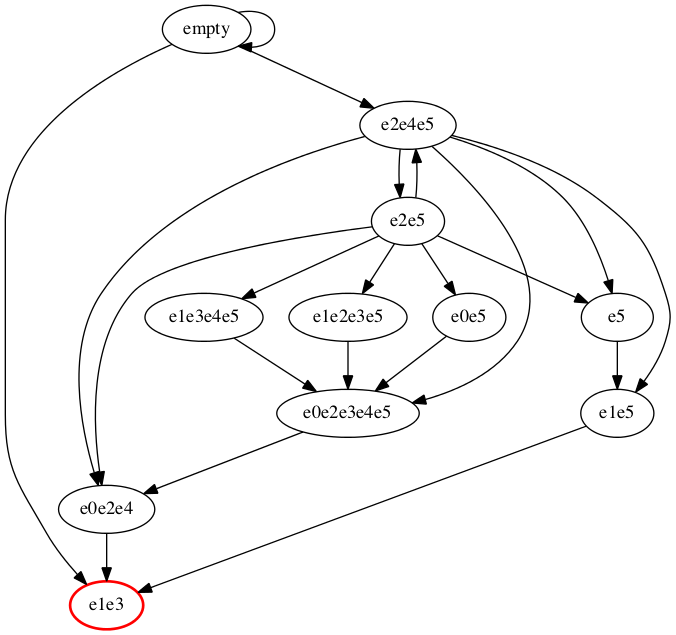
Above: tmp/reduced.png in ryysd/PrototypePOR (Graphviz), before the change. Its source is kept beside it as tmp/reduced.dot.
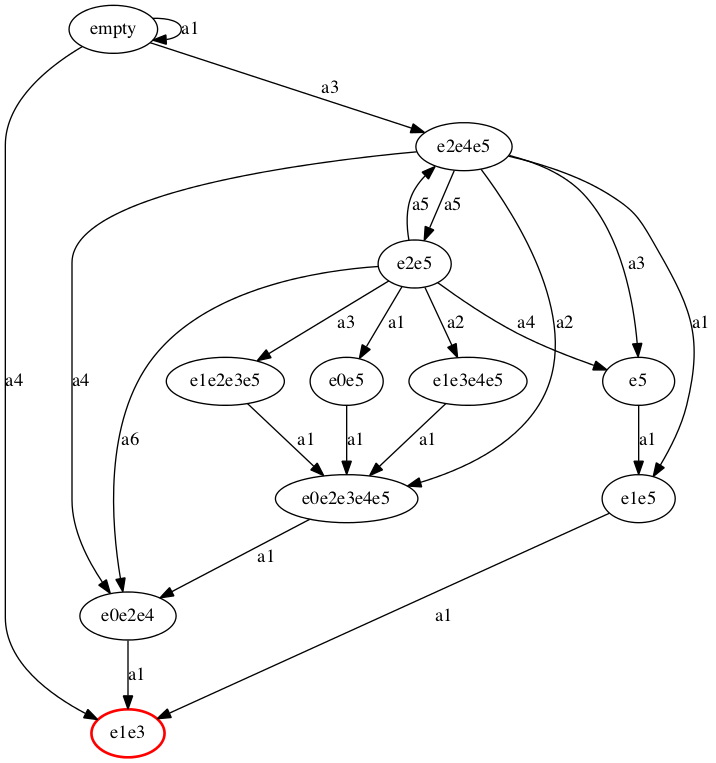
Above is the later version.

Change to the diagram source:
```diff
@@ -1,25 +1,25 @@
 strict digraph {
-  empty -> empty ;
-  empty -> e1e3 ;
-  empty -> e2e4e5 ;
-  empty -> e1e3 ;
+  empty -> empty [label="a1"];
+  empty -> e1e3 [label="a2"];
+  empty -> e2e4e5 [label="a3"];
+  empty -> e1e3 [label="a4"];
   e1e3 [color=red, style=bold]
-  e2e4e5 -> e1e5 ;
-  e2e4e5 -> e0e2e3e4e5 ;
-  e2e4e5 -> e5 ;
-  e2e4e5 -> e0e2e4 ;
-  e2e4e5 -> e2e5 ;
-  e2e5 -> e0e5 ;
-  e2e5 -> e1e3e4e5 ;
-  e2e5 -> e1e2e3e5 ;
-  e2e5 -> e5 ;
-  e2e5 -> e2e4e5 ;
-  e2e5 -> e0e2e4 ;
-  e0e2e4 -> e1e3 ;
-  e5 -> e1e5 ;
-  e1e5 -> e1e3 ;
-  e1e2e3e5 -> e0e2e3e4e5 ;
-  e0e2e3e4e5 -> e0e2e4 ;
-  e1e3e4e5 -> e0e2e3e4e5 ;
-  e0e5 -> e0e2e3e4e5 ;
+  e2e4e5 -> e1e5 [label="a1"];
+  e2e4e5 -> e0e2e3e4e5 [label="a2"];
+  e2e4e5 -> e5 [label="a3"];
+  e2e4e5 -> e0e2e4 [label="a4"];
+  e2e4e5 -> e2e5 [label="a5"];
+  e2e5 -> e0e5 [label="a1"];
+  e2e5 -> e1e3e4e5 [label="a2"];
+  e2e5 -> e1e2e3e5 [label="a3"];
+  e2e5 -> e5 [label="a4"];
+  e2e5 -> e2e4e5 [label="a5"];
+  e2e5 -> e0e2e4 [label="a6"];
+  e0e2e4 -> e1e3 [label="a1"];
+  e5 -> e1e5 [label="a1"];
+  e1e5 -> e1e3 [label="a1"];
+  e1e2e3e5 -> e0e2e3e4e5 [label="a1"];
+  e0e2e3e4e5 -> e0e2e4 [label="a1"];
+  e1e3e4e5 -> e0e2e3e4e5 [label="a1"];
+  e0e5 -> e0e2e3e4e5 [label="a1"];
 }
```
